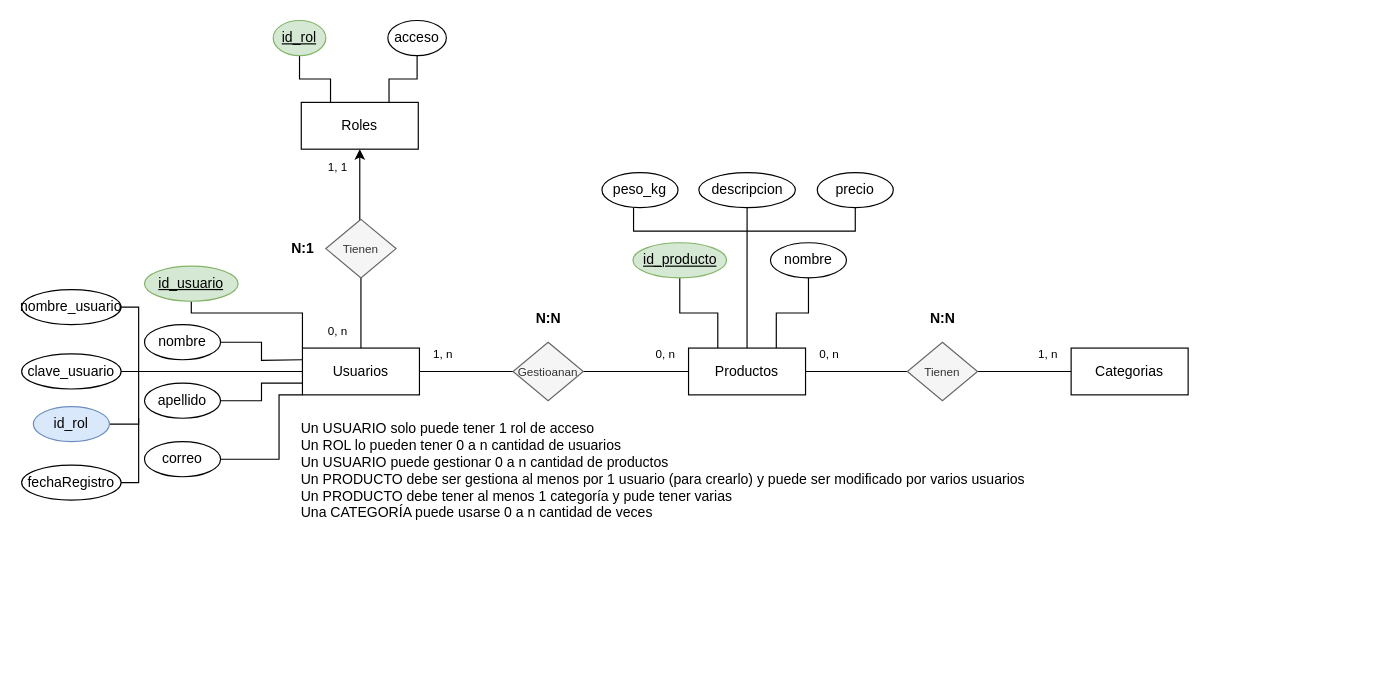
Above: page "Modelo Entidad Relacion" (3 of 6) of TEG.drawio in AlbanyNVRodriguez/draw---diagrams (draw.io), before the change. Source tidied: cells renumbered, new cells numbered last; positions are measured from the earlier drawing's top-left corner, leaving out a move shared by most shapes. Both pictures are drawn from the tidied source at 117%, with x=0, y=0 at pixel (21, 20).
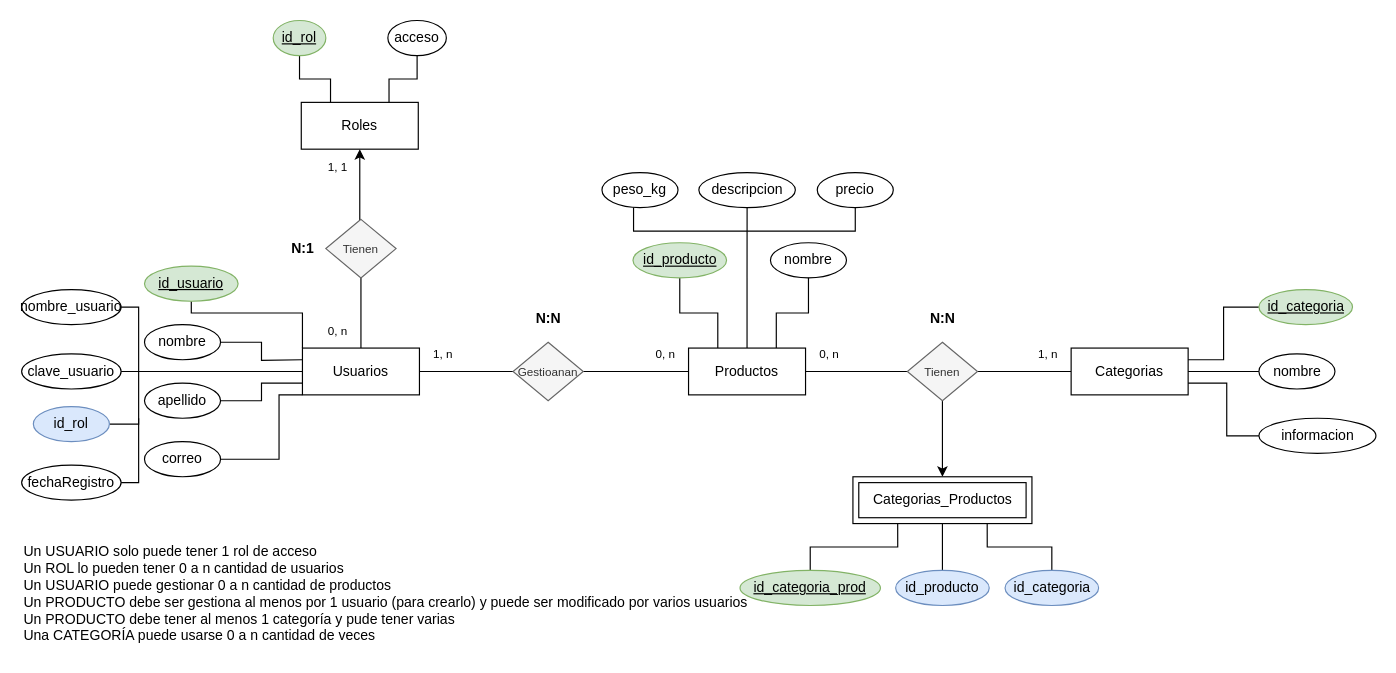
The same diagram, later.

Unchanged cells that the change refers to:
```xml
<mxCell id="11" value="Tienen" style="shape=rhombus;html=1;dashed=0;whiteSpace=wrap;perimeter=rhombusPerimeter;fontSize=10;fillColor=#f5f5f5;fontColor=#333333;strokeColor=#666666;" parent="1" vertex="1">
  <mxGeometry x="757" y="275" width="60" height="50" as="geometry" />
</mxCell>
<mxCell id="18" value="Categorias" style="whiteSpace=wrap;html=1;align=center;" parent="1" vertex="1">
  <mxGeometry x="897" y="280" width="100" height="40" as="geometry" />
</mxCell>
```

Diff of the diagram source:
```diff
@@
+    <mxCell id="52" style="edgeStyle=orthogonalEdgeStyle;rounded=0;jettySize=auto;html=1;entryX=0.5;entryY=0;entryDx=0;entryDy=0;" parent="1" edge="1" source="11" target="55">
+      <mxGeometry relative="1" as="geometry" />
+    </mxCell>
@@
     <mxCell id="19" value="Un USUARIO solo puede tener 1 rol de acceso&lt;div&gt;Un ROL lo pueden tener 0 a n cantidad de usuarios&lt;br&gt;Un USUARIO puede gestionar 0 a n cantidad de productos&lt;div&gt;Un PRODUCTO debe ser gestiona al menos por 1 usuario (para crearlo) y puede ser modificado por varios usuarios&lt;/div&gt;&lt;div&gt;Un PRODUCTO debe tener al menos 1 categoría y pude tener varias&lt;/div&gt;&lt;div&gt;Una CATEGORÍA puede usarse 0 a n cantidad de veces&amp;nbsp;&lt;/div&gt;&lt;/div&gt;" style="text;html=1;align=left;verticalAlign=middle;strokeColor=none;fillColor=none;" parent="1" vertex="1">
-      <mxGeometry x="237" y="335" width="640" height="100" as="geometry" />
+      <mxGeometry y="440" width="640" height="100" as="geometry" />
     </mxCell>
@@
+    <mxCell id="53" style="edgeStyle=orthogonalEdgeStyle;rounded=0;jettySize=auto;html=1;entryX=1;entryY=0.25;entryDx=0;entryDy=0;endArrow=none;endFill=0;" parent="1" edge="1" source="54" target="18">
+      <mxGeometry relative="1" as="geometry" />
+    </mxCell>
+    <mxCell id="54" value="id_categoria" style="ellipse;whiteSpace=wrap;html=1;fillColor=#d5e8d4;strokeColor=#82b366;fontStyle=4;" parent="1" vertex="1">
+      <mxGeometry x="1057.5" y="230" width="80" height="30" as="geometry" />
+    </mxCell>
+    <mxCell id="55" value="Categorias_Productos" style="shape=ext;margin=3;double=1;whiteSpace=wrap;html=1;align=center;" parent="1" vertex="1">
+      <mxGeometry x="710.5" y="390" width="153" height="40" as="geometry" />
+    </mxCell>
+    <mxCell id="56" style="edgeStyle=orthogonalEdgeStyle;rounded=0;jettySize=auto;html=1;entryX=1;entryY=0.5;entryDx=0;entryDy=0;endArrow=none;endFill=0;" parent="1" edge="1" source="57" target="18">
+      <mxGeometry relative="1" as="geometry" />
+    </mxCell>
+    <mxCell id="57" value="nombre" style="ellipse;whiteSpace=wrap;html=1;fillColor=none;fontStyle=0;" parent="1" vertex="1">
+      <mxGeometry x="1057.5" y="285" width="65" height="30" as="geometry" />
+    </mxCell>
+    <mxCell id="58" style="edgeStyle=orthogonalEdgeStyle;rounded=0;jettySize=auto;html=1;entryX=1;entryY=0.75;entryDx=0;entryDy=0;endArrow=none;endFill=0;" parent="1" edge="1" source="59" target="18">
+      <mxGeometry relative="1" as="geometry">
+        <Array as="points">
+          <mxPoint x="1030" y="355" />
+          <mxPoint x="1030" y="310" />
+        </Array>
+      </mxGeometry>
+    </mxCell>
+    <mxCell id="59" value="informacion" style="ellipse;whiteSpace=wrap;html=1;fillColor=none;fontStyle=0;" parent="1" vertex="1">
+      <mxGeometry x="1057.5" y="340" width="100" height="30" as="geometry" />
+    </mxCell>
+    <mxCell id="60" style="edgeStyle=orthogonalEdgeStyle;rounded=0;jettySize=auto;html=1;entryX=0.25;entryY=1;entryDx=0;entryDy=0;endArrow=none;endFill=0;" parent="1" edge="1" source="61" target="55">
+      <mxGeometry relative="1" as="geometry" />
+    </mxCell>
+    <mxCell id="61" value="id_categoria_prod" style="ellipse;whiteSpace=wrap;html=1;fillColor=#d5e8d4;strokeColor=#82b366;fontStyle=4;" parent="1" vertex="1">
+      <mxGeometry x="614" y="470" width="120" height="30" as="geometry" />
+    </mxCell>
+    <mxCell id="62" style="edgeStyle=orthogonalEdgeStyle;rounded=0;jettySize=auto;html=1;entryX=0.75;entryY=1;entryDx=0;entryDy=0;endArrow=none;endFill=0;" parent="1" edge="1" source="63" target="55">
+      <mxGeometry relative="1" as="geometry" />
+    </mxCell>
+    <mxCell id="63" value="id_categoria" style="ellipse;whiteSpace=wrap;html=1;fillColor=#dae8fc;strokeColor=#6c8ebf;fontStyle=0;" parent="1" vertex="1">
+      <mxGeometry x="840.5" y="470" width="80" height="30" as="geometry" />
+    </mxCell>
+    <mxCell id="64" style="edgeStyle=orthogonalEdgeStyle;rounded=0;jettySize=auto;html=1;entryX=0.5;entryY=1;entryDx=0;entryDy=0;endArrow=none;endFill=0;" parent="1" edge="1" source="65" target="55">
+      <mxGeometry relative="1" as="geometry" />
+    </mxCell>
+    <mxCell id="65" value="id_producto" style="ellipse;whiteSpace=wrap;html=1;fillColor=#dae8fc;strokeColor=#6c8ebf;fontStyle=0;" parent="1" vertex="1">
+      <mxGeometry x="747" y="470" width="80" height="30" as="geometry" />
+    </mxCell>
```
